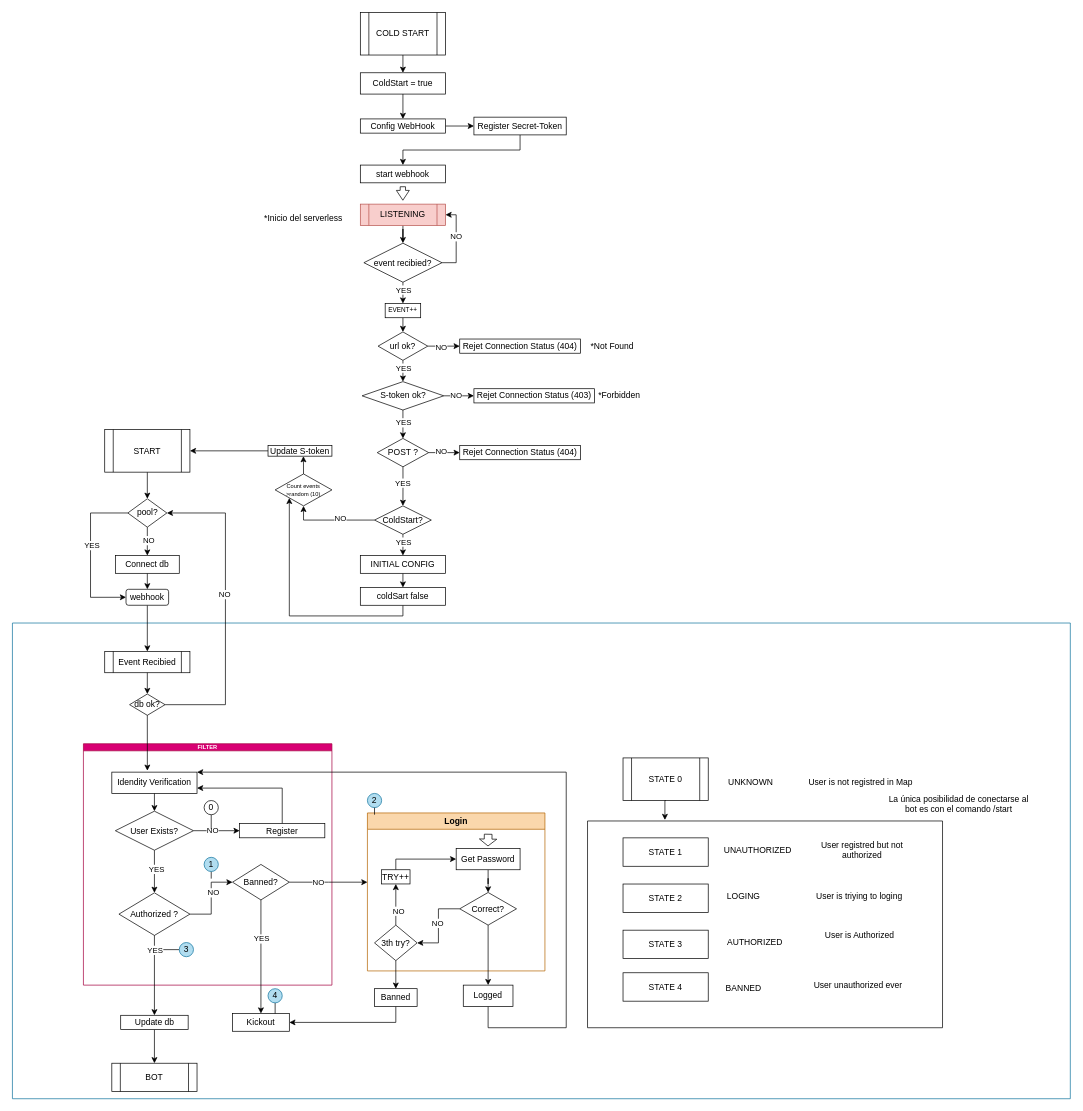
Before: TLGM_BOT_V3/Diagrama-TLGBOTV3.drawio in lewopxd/draw.io-repos, a draw.io diagram. Source tidied: cells renumbered, new cells numbered last; positions are measured from the earlier drawing's top-left corner, leaving out a move shared by most shapes. Both pictures are drawn from the tidied source at 71%, with x=0, y=0 at pixel (12, 12).
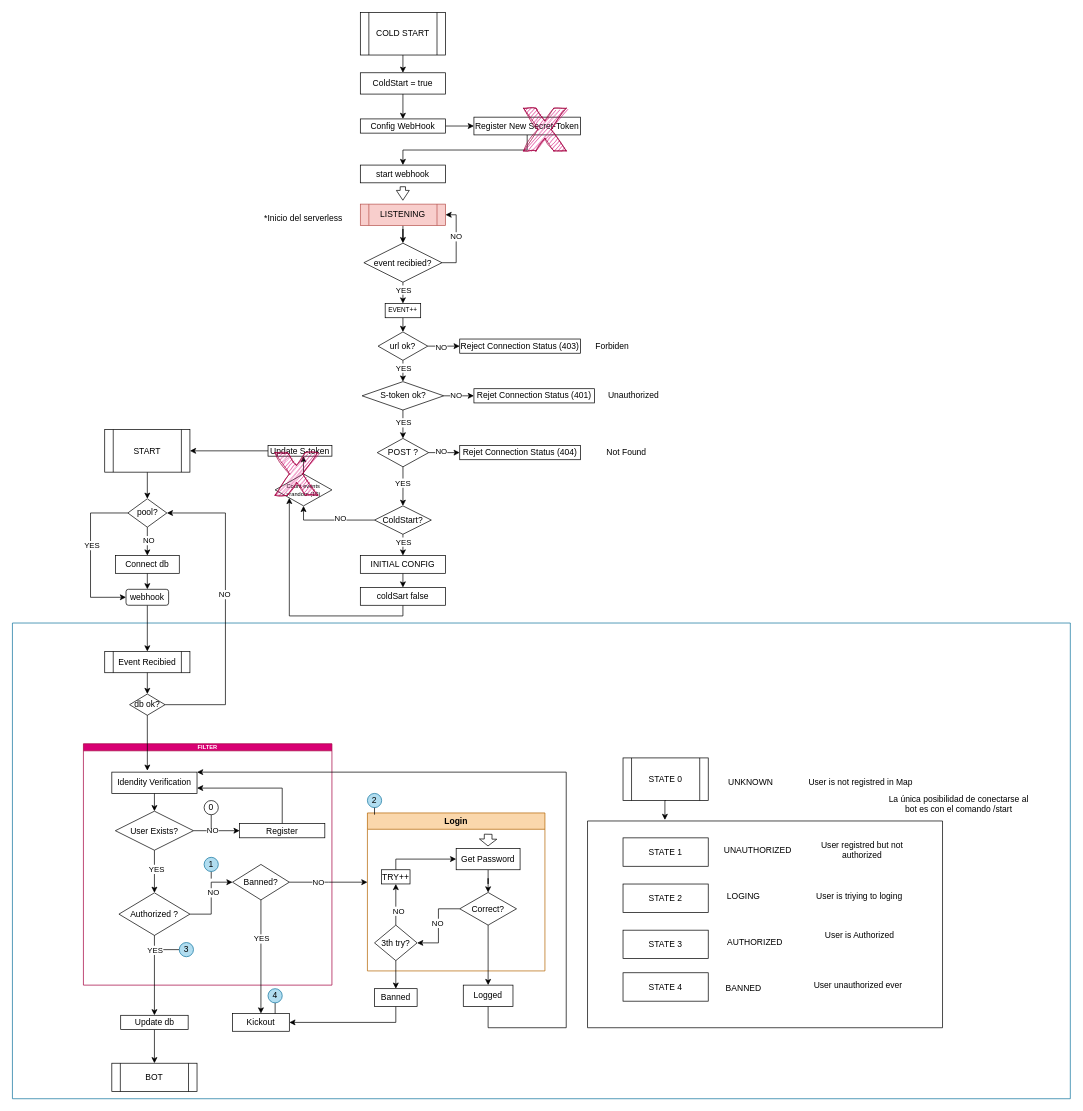
Above is the later version.

What changed in the source:
```diff
@@
-    <mxCell id="111" value="Register Secret-Token" style="rounded=0;whiteSpace=wrap;html=1;" parent="1" vertex="1">
-      <mxGeometry x="650" y="147.5" width="130" height="25" as="geometry" />
+    <mxCell id="111" value="Register New Secret-Token" style="rounded=0;whiteSpace=wrap;html=1;" parent="1" vertex="1">
+      <mxGeometry x="650" y="147.5" width="150" height="25" as="geometry" />
     </mxCell>
@@
-    <mxCell id="131" value="Rejet Connection Status (404)" style="rounded=0;whiteSpace=wrap;html=1;" parent="1" vertex="1">
+    <mxCell id="131" value="Reject Connection Status (403)" style="rounded=0;whiteSpace=wrap;html=1;" parent="1" vertex="1">
       <mxGeometry x="630" y="460" width="170" height="20" as="geometry" />
     </mxCell>
-    <mxCell id="132" value="Rejet Connection Status (403)" style="rounded=0;whiteSpace=wrap;html=1;" parent="1" vertex="1">
+    <mxCell id="132" value="Rejet Connection Status (401)" style="rounded=0;whiteSpace=wrap;html=1;" parent="1" vertex="1">
       <mxGeometry x="650" y="530" width="170" height="20" as="geometry" />
     </mxCell>
-    <mxCell id="133" value="*Not Found" style="text;html=1;align=center;verticalAlign=middle;whiteSpace=wrap;rounded=0;" parent="1" vertex="1">
+    <mxCell id="133" value="Forbiden" style="text;html=1;align=center;verticalAlign=middle;whiteSpace=wrap;rounded=0;" parent="1" vertex="1">
       <mxGeometry x="810" y="455" width="70" height="30" as="geometry" />
     </mxCell>
-    <mxCell id="134" value="*Forbidden" style="text;html=1;align=center;verticalAlign=middle;whiteSpace=wrap;rounded=0;" parent="1" vertex="1">
-      <mxGeometry x="820" y="525" width="70" height="30" as="geometry" />
+    <mxCell id="134" value="Unauthorized" style="text;html=1;align=center;verticalAlign=middle;whiteSpace=wrap;rounded=0;" parent="1" vertex="1">
+      <mxGeometry x="830" y="525" width="90" height="30" as="geometry" />
     </mxCell>
@@
+    <mxCell id="143" value="Not Found" style="text;html=1;align=center;verticalAlign=middle;whiteSpace=wrap;rounded=0;" parent="1" vertex="1">
+      <mxGeometry x="820" y="605" width="90" height="30" as="geometry" />
+    </mxCell>
+    <mxCell id="144" style="verticalLabelPosition=bottom;verticalAlign=top;html=1;shape=mxgraph.basic.x;fillColor=#d80073;fillStyle=hatch;strokeColor=#A50040;fontColor=#ffffff;sketch=1;curveFitting=1;jiggle=2;" parent="1" vertex="1">
+      <mxGeometry x="720" y="135" width="60" height="60" as="geometry" />
+    </mxCell>
+    <mxCell id="145" style="verticalLabelPosition=bottom;verticalAlign=top;html=1;shape=mxgraph.basic.x;fillColor=#d80073;fillStyle=hatch;strokeColor=#A50040;fontColor=#ffffff;sketch=1;curveFitting=1;jiggle=2;" parent="1" vertex="1">
+      <mxGeometry x="370" y="620" width="60" height="60" as="geometry" />
+    </mxCell>
```
